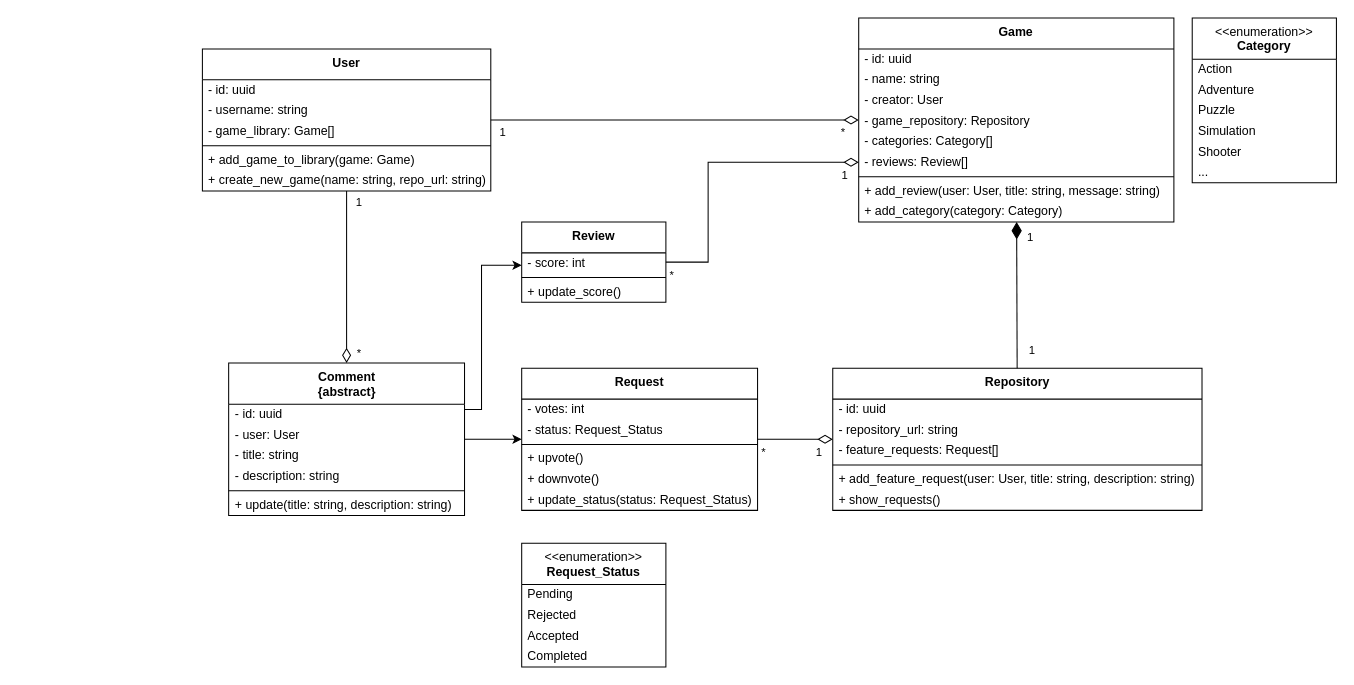
Above: models/Ole/class.drawio in Hoglar/specDrivenDev (draw.io), before the change. Source tidied: cells renumbered, new cells numbered last; positions are measured from the earlier drawing's top-left corner, leaving out a move shared by most shapes. Both pictures are drawn from the tidied source at 103%, with x=0, y=0 at pixel (202, 18).
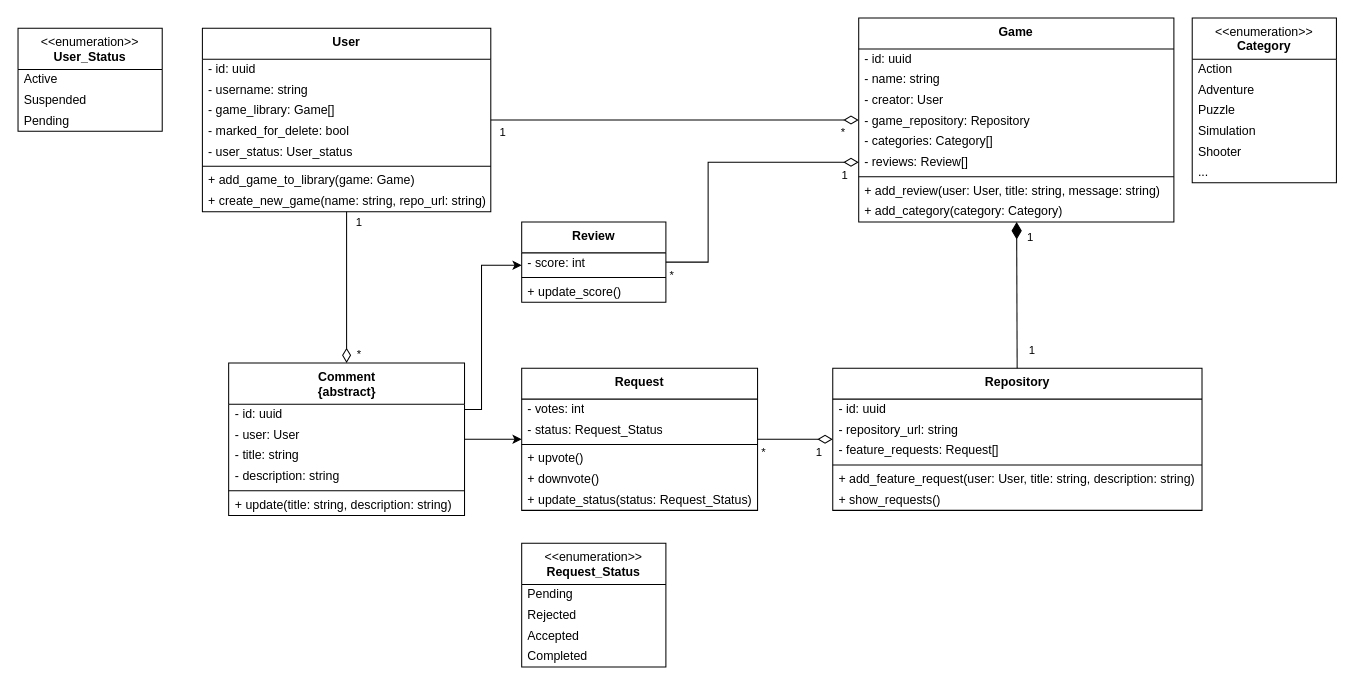
The same diagram, later.

Commit message:
User status

Change to the diagram source:
```diff
@@
     <mxCell id="2" value="&lt;b&gt;User&lt;/b&gt;" style="swimlane;fontStyle=0;align=center;verticalAlign=top;horizontal=1;startSize=30;html=1;whiteSpace=wrap;" parent="1" vertex="1">
-      <mxGeometry y="30" width="280" height="138" as="geometry" />
+      <mxGeometry y="10" width="280" height="178" as="geometry" />
     </mxCell>
@@
+    <mxCell id="72" value="- marked_for_delete: bool" style="text;html=1;strokeColor=none;fillColor=none;align=left;verticalAlign=middle;spacingLeft=4;spacingRight=4;overflow=hidden;whiteSpace=wrap;" parent="2" vertex="1">
+      <mxGeometry y="90" width="280" height="20" as="geometry" />
+    </mxCell>
+    <mxCell id="73" value="- user_status: User_status" style="text;html=1;strokeColor=none;fillColor=none;align=left;verticalAlign=middle;spacingLeft=4;spacingRight=4;overflow=hidden;whiteSpace=wrap;" parent="2" vertex="1">
+      <mxGeometry y="110" width="280" height="20" as="geometry" />
+    </mxCell>
     <mxCell id="6" style="line;strokeWidth=1;fillColor=none;align=left;verticalAlign=middle;spacingTop=-1;spacingLeft=3;spacingRight=3;labelPosition=right;" parent="2" vertex="1">
-      <mxGeometry y="90" width="280" height="8" as="geometry" />
+      <mxGeometry y="130" width="280" height="8" as="geometry" />
     </mxCell>
     <mxCell id="7" value="+ add_game_to_library(game: Game)" style="text;html=1;strokeColor=none;fillColor=none;align=left;verticalAlign=middle;spacingLeft=4;spacingRight=4;overflow=hidden;whiteSpace=wrap;" parent="2" vertex="1">
-      <mxGeometry y="98" width="280" height="20" as="geometry" />
+      <mxGeometry y="138" width="280" height="20" as="geometry" />
     </mxCell>
     <mxCell id="8" value="+ create_new_game(name: string, repo_url: string)" style="text;html=1;strokeColor=none;fillColor=none;align=left;verticalAlign=middle;spacingLeft=4;spacingRight=4;overflow=hidden;whiteSpace=wrap;" parent="2" vertex="1">
-      <mxGeometry y="118" width="280" height="20" as="geometry" />
+      <mxGeometry y="158" width="280" height="20" as="geometry" />
     </mxCell>
@@
+    <mxCell id="74" value="&amp;lt;&amp;lt;enumeration&amp;gt;&amp;gt;&lt;br&gt;&lt;b&gt;User_Status&lt;/b&gt;" style="swimlane;fontStyle=0;align=center;verticalAlign=top;horizontal=1;startSize=40;html=1;whiteSpace=wrap;" parent="1" vertex="1">
+      <mxGeometry x="-179" y="10" width="140" height="100" as="geometry" />
+    </mxCell>
+    <mxCell id="75" value="Active" style="text;html=1;strokeColor=none;fillColor=none;align=left;verticalAlign=middle;spacingLeft=4;spacingRight=4;overflow=hidden;whiteSpace=wrap;" parent="74" vertex="1">
+      <mxGeometry y="40" width="140" height="20" as="geometry" />
+    </mxCell>
+    <mxCell id="76" value="Suspended" style="text;html=1;strokeColor=none;fillColor=none;align=left;verticalAlign=middle;spacingLeft=4;spacingRight=4;overflow=hidden;whiteSpace=wrap;" parent="74" vertex="1">
+      <mxGeometry y="60" width="140" height="20" as="geometry" />
+    </mxCell>
+    <mxCell id="77" value="Pending" style="text;html=1;strokeColor=none;fillColor=none;align=left;verticalAlign=middle;spacingLeft=4;spacingRight=4;overflow=hidden;whiteSpace=wrap;" parent="74" vertex="1">
+      <mxGeometry y="80" width="140" height="20" as="geometry" />
+    </mxCell>
```
